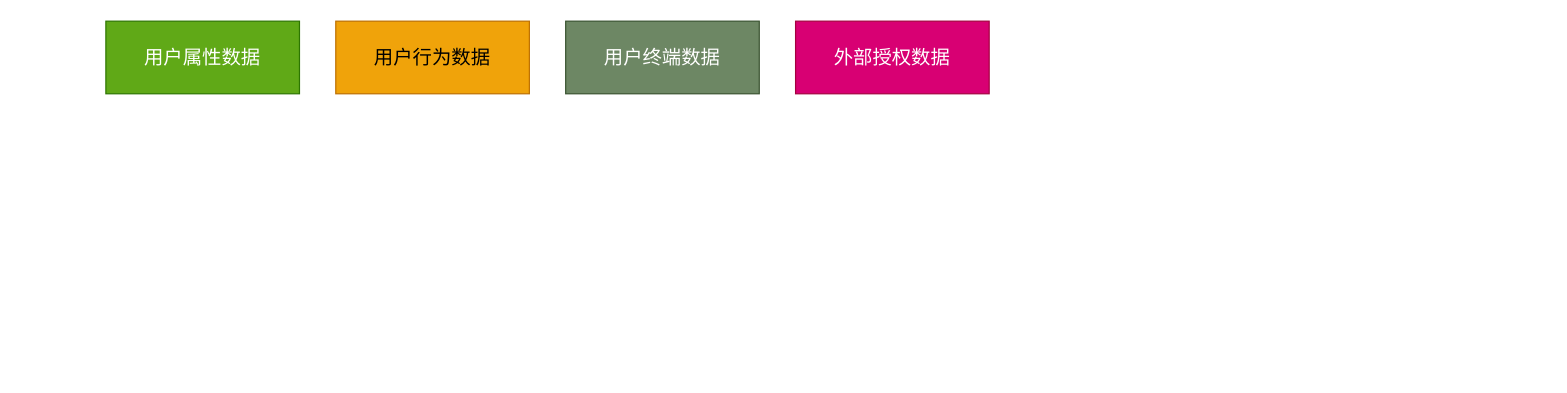
The draw.io diagram arch.drawio in ming3000/midea, before the edit. Source tidied: cells renumbered, new cells numbered last; positions are measured from the earlier drawing's top-left corner, leaving out a move shared by most shapes. Both pictures are drawn from the tidied source at 121%, with x=0, y=0 at pixel (105, 21).
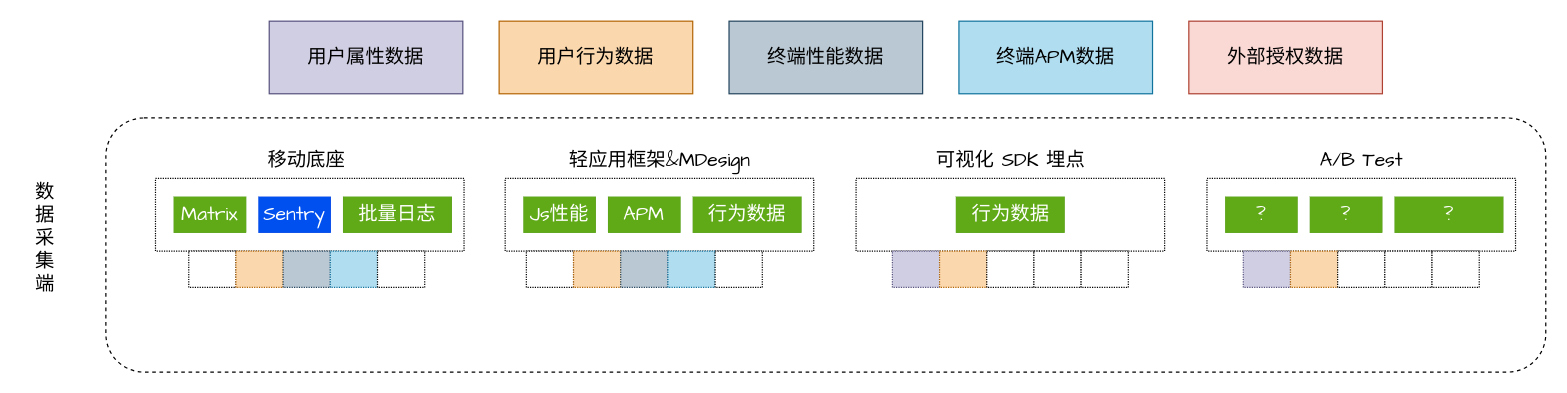
After the change.

Diff of the diagram source:
```diff
@@
-    <mxCell id="2" value="用户属性数据" style="rounded=0;whiteSpace=wrap;html=1;fillColor=#60a917;fontColor=#ffffff;strokeColor=#2D7600;fontSize=16;" parent="1" vertex="1">
-      <mxGeometry width="160" height="60" as="geometry" />
+    <mxCell id="2" value="用户属性数据" style="rounded=0;whiteSpace=wrap;html=1;fillColor=#d0cee2;strokeColor=#56517e;fontSize=16;fontFamily=Comic Sans MS;" parent="1" vertex="1">
+      <mxGeometry x="135" width="160" height="60" as="geometry" />
     </mxCell>
-    <mxCell id="3" value="用户行为数据" style="rounded=0;whiteSpace=wrap;html=1;fillColor=#f0a30a;fontColor=#000000;strokeColor=#BD7000;fontSize=16;" parent="1" vertex="1">
-      <mxGeometry x="190" width="160" height="60" as="geometry" />
+    <mxCell id="3" value="用户行为数据" style="rounded=0;whiteSpace=wrap;html=1;fillColor=#fad7ac;strokeColor=#b46504;fontSize=16;fontFamily=Comic Sans MS;" parent="1" vertex="1">
+      <mxGeometry x="325" width="160" height="60" as="geometry" />
     </mxCell>
-    <mxCell id="4" value="用户终端数据" style="rounded=0;whiteSpace=wrap;html=1;fillColor=#6d8764;fontColor=#ffffff;strokeColor=#3A5431;fontSize=16;" parent="1" vertex="1">
-      <mxGeometry x="380" width="160" height="60" as="geometry" />
+    <mxCell id="4" value="终端APM数据" style="rounded=0;whiteSpace=wrap;html=1;fillColor=#b1ddf0;strokeColor=#10739e;fontSize=16;fontFamily=Comic Sans MS;" parent="1" vertex="1">
+      <mxGeometry x="705" width="160" height="60" as="geometry" />
     </mxCell>
-    <mxCell id="5" value="外部授权数据" style="rounded=0;whiteSpace=wrap;html=1;fillColor=#d80073;fontColor=#ffffff;strokeColor=#A50040;fontSize=16;" parent="1" vertex="1">
-      <mxGeometry x="570" width="160" height="60" as="geometry" />
+    <mxCell id="5" value="外部授权数据" style="rounded=0;whiteSpace=wrap;html=1;fillColor=#fad9d5;strokeColor=#ae4132;fontSize=16;fontFamily=Comic Sans MS;" parent="1" vertex="1">
+      <mxGeometry x="895" width="160" height="60" as="geometry" />
     </mxCell>
+    <mxCell id="6" style="rounded=1;whiteSpace=wrap;html=1;fontSize=16;dashed=1;fontFamily=Comic Sans MS;" parent="1" vertex="1">
+      <mxGeometry y="80" width="1190" height="210" as="geometry" />
+    </mxCell>
+    <mxCell id="7" value="数&lt;br&gt;据&lt;br&gt;采&lt;br&gt;集&lt;br&gt;端" style="rounded=0;whiteSpace=wrap;html=1;fontSize=16;strokeWidth=0;strokeColor=none;fontFamily=Comic Sans MS;" parent="1" vertex="1">
+      <mxGeometry x="-70" y="115" width="40" height="130" as="geometry" />
+    </mxCell>
+    <mxCell id="8" value="移动底座" style="rounded=0;whiteSpace=wrap;html=1;dashed=1;fontSize=16;strokeWidth=0;fontFamily=Comic Sans MS;strokeColor=none;" parent="1" vertex="1">
+      <mxGeometry x="116" y="100" width="100" height="30" as="geometry" />
+    </mxCell>
+    <mxCell id="9" style="rounded=0;whiteSpace=wrap;html=1;dashed=1;fontSize=16;strokeWidth=1;fontFamily=Comic Sans MS;dashPattern=1 1;" parent="1" vertex="1">
+      <mxGeometry x="41" y="130" width="255" height="60" as="geometry" />
+    </mxCell>
+    <mxCell id="10" value="Matrix" style="rounded=0;whiteSpace=wrap;html=1;dashed=1;fontSize=16;strokeWidth=0;fontFamily=Comic Sans MS;fillColor=#60a917;fontColor=#ffffff;strokeColor=#2D7600;" parent="1" vertex="1">
+      <mxGeometry x="56" y="145" width="60" height="30" as="geometry" />
+    </mxCell>
+    <mxCell id="11" value="Sentry" style="rounded=0;whiteSpace=wrap;html=1;dashed=1;fontSize=16;strokeWidth=0;fontFamily=Comic Sans MS;fillColor=#0050ef;fontColor=#ffffff;strokeColor=#001DBC;" parent="1" vertex="1">
+      <mxGeometry x="126" y="145" width="60" height="30" as="geometry" />
+    </mxCell>
+    <mxCell id="12" value="批量日志" style="rounded=0;whiteSpace=wrap;html=1;dashed=1;fontSize=16;strokeWidth=0;fontFamily=Comic Sans MS;fillColor=#60a917;fontColor=#ffffff;strokeColor=#2D7600;" parent="1" vertex="1">
+      <mxGeometry x="196" y="145" width="90" height="30" as="geometry" />
+    </mxCell>
+    <mxCell id="13" value="轻应用框架&amp;amp;MDesign" style="rounded=0;whiteSpace=wrap;html=1;dashed=1;fontSize=16;strokeWidth=0;fontFamily=Comic Sans MS;strokeColor=none;" parent="1" vertex="1">
+      <mxGeometry x="362.5" y="100" width="190" height="30" as="geometry" />
+    </mxCell>
+    <mxCell id="14" style="rounded=0;whiteSpace=wrap;html=1;dashed=1;fontSize=16;strokeWidth=1;fontFamily=Comic Sans MS;dashPattern=1 1;" parent="1" vertex="1">
+      <mxGeometry x="330" y="130" width="255" height="60" as="geometry" />
+    </mxCell>
+    <mxCell id="15" value="Js性能" style="rounded=0;whiteSpace=wrap;html=1;dashed=1;fontSize=16;strokeWidth=0;fontFamily=Comic Sans MS;fillColor=#60a917;fontColor=#ffffff;strokeColor=#2D7600;" parent="1" vertex="1">
+      <mxGeometry x="345" y="145" width="60" height="30" as="geometry" />
+    </mxCell>
+    <mxCell id="16" value="APM" style="rounded=0;whiteSpace=wrap;html=1;dashed=1;fontSize=16;strokeWidth=0;fontFamily=Comic Sans MS;fillColor=#60a917;fontColor=#ffffff;strokeColor=#2D7600;" parent="1" vertex="1">
+      <mxGeometry x="415" y="145" width="60" height="30" as="geometry" />
+    </mxCell>
+    <mxCell id="17" value="行为数据" style="rounded=0;whiteSpace=wrap;html=1;dashed=1;fontSize=16;strokeWidth=0;fontFamily=Comic Sans MS;fillColor=#60a917;fontColor=#ffffff;strokeColor=#2D7600;" parent="1" vertex="1">
+      <mxGeometry x="485" y="145" width="90" height="30" as="geometry" />
+    </mxCell>
+    <mxCell id="18" value="可视化 SDK 埋点" style="rounded=0;whiteSpace=wrap;html=1;dashed=1;fontSize=16;strokeWidth=0;fontFamily=Comic Sans MS;strokeColor=none;" parent="1" vertex="1">
+      <mxGeometry x="652.5" y="100" width="190" height="30" as="geometry" />
+    </mxCell>
+    <mxCell id="19" style="rounded=0;whiteSpace=wrap;html=1;dashed=1;fontSize=16;strokeWidth=1;fontFamily=Comic Sans MS;dashPattern=1 1;" parent="1" vertex="1">
+      <mxGeometry x="620" y="130" width="255" height="60" as="geometry" />
+    </mxCell>
+    <mxCell id="20" value="行为数据" style="rounded=0;whiteSpace=wrap;html=1;dashed=1;fontSize=16;strokeWidth=0;fontFamily=Comic Sans MS;fillColor=#60a917;fontColor=#ffffff;strokeColor=#2D7600;" parent="1" vertex="1">
+      <mxGeometry x="702.5" y="145" width="90" height="30" as="geometry" />
+    </mxCell>
+    <mxCell id="21" value="A/B Test" style="rounded=0;whiteSpace=wrap;html=1;dashed=1;fontSize=16;strokeWidth=0;fontFamily=Comic Sans MS;strokeColor=none;" parent="1" vertex="1">
+      <mxGeometry x="942.5" y="100" width="190" height="30" as="geometry" />
+    </mxCell>
+    <mxCell id="22" style="rounded=0;whiteSpace=wrap;html=1;dashed=1;fontSize=16;strokeWidth=1;fontFamily=Comic Sans MS;dashPattern=1 1;" parent="1" vertex="1">
+      <mxGeometry x="910" y="130" width="255" height="60" as="geometry" />
+    </mxCell>
+    <mxCell id="23" value="?" style="rounded=0;whiteSpace=wrap;html=1;dashed=1;fontSize=16;strokeWidth=0;fontFamily=Comic Sans MS;fillColor=#60a917;fontColor=#ffffff;strokeColor=#2D7600;" parent="1" vertex="1">
+      <mxGeometry x="925" y="145" width="60" height="30" as="geometry" />
+    </mxCell>
+    <mxCell id="24" value="?" style="rounded=0;whiteSpace=wrap;html=1;dashed=1;fontSize=16;strokeWidth=0;fontFamily=Comic Sans MS;fillColor=#60a917;fontColor=#ffffff;strokeColor=#2D7600;" parent="1" vertex="1">
+      <mxGeometry x="995" y="145" width="60" height="30" as="geometry" />
+    </mxCell>
+    <mxCell id="25" value="?" style="rounded=0;whiteSpace=wrap;html=1;dashed=1;fontSize=16;strokeWidth=0;fontFamily=Comic Sans MS;fillColor=#60a917;fontColor=#ffffff;strokeColor=#2D7600;" parent="1" vertex="1">
+      <mxGeometry x="1065" y="145" width="90" height="30" as="geometry" />
+    </mxCell>
+    <mxCell id="26" style="rounded=0;whiteSpace=wrap;html=1;dashed=1;dashPattern=1 1;fontFamily=Comic Sans MS;fontSize=16;strokeWidth=1;" parent="1" vertex="1">
+      <mxGeometry x="68.5" y="190" width="39" height="30" as="geometry" />
+    </mxCell>
+    <mxCell id="27" style="rounded=0;whiteSpace=wrap;html=1;dashed=1;dashPattern=1 1;fontFamily=Comic Sans MS;fontSize=16;strokeWidth=1;fillColor=#fad7ac;strokeColor=#b46504;" parent="1" vertex="1">
+      <mxGeometry x="107.5" y="190" width="39" height="30" as="geometry" />
+    </mxCell>
+    <mxCell id="28" style="rounded=0;whiteSpace=wrap;html=1;dashed=1;dashPattern=1 1;fontFamily=Comic Sans MS;fontSize=16;strokeWidth=1;fillColor=#bac8d3;strokeColor=#23445d;" parent="1" vertex="1">
+      <mxGeometry x="146.5" y="190" width="39" height="30" as="geometry" />
+    </mxCell>
+    <mxCell id="29" style="rounded=0;whiteSpace=wrap;html=1;dashed=1;dashPattern=1 1;fontFamily=Comic Sans MS;fontSize=16;strokeWidth=1;fillColor=#b1ddf0;strokeColor=#10739e;" parent="1" vertex="1">
+      <mxGeometry x="185.5" y="190" width="39" height="30" as="geometry" />
+    </mxCell>
+    <mxCell id="30" style="rounded=0;whiteSpace=wrap;html=1;dashed=1;dashPattern=1 1;fontFamily=Comic Sans MS;fontSize=16;strokeWidth=1;" parent="1" vertex="1">
+      <mxGeometry x="224.5" y="190" width="39" height="30" as="geometry" />
+    </mxCell>
+    <mxCell id="31" value="终端性能数据" style="rounded=0;whiteSpace=wrap;html=1;fillColor=#bac8d3;fontSize=16;fontFamily=Comic Sans MS;strokeColor=#23445d;" parent="1" vertex="1">
+      <mxGeometry x="515" width="160" height="60" as="geometry" />
+    </mxCell>
+    <mxCell id="32" style="rounded=0;whiteSpace=wrap;html=1;dashed=1;dashPattern=1 1;fontFamily=Comic Sans MS;fontSize=16;strokeWidth=1;" parent="1" vertex="1">
+      <mxGeometry x="347.5" y="190" width="39" height="30" as="geometry" />
+    </mxCell>
+    <mxCell id="33" style="rounded=0;whiteSpace=wrap;html=1;dashed=1;dashPattern=1 1;fontFamily=Comic Sans MS;fontSize=16;strokeWidth=1;fillColor=#fad7ac;strokeColor=#b46504;" parent="1" vertex="1">
+      <mxGeometry x="386.5" y="190" width="39" height="30" as="geometry" />
+    </mxCell>
+    <mxCell id="34" style="rounded=0;whiteSpace=wrap;html=1;dashed=1;dashPattern=1 1;fontFamily=Comic Sans MS;fontSize=16;strokeWidth=1;fillColor=#bac8d3;strokeColor=#23445d;" parent="1" vertex="1">
+      <mxGeometry x="425.5" y="190" width="39" height="30" as="geometry" />
+    </mxCell>
+    <mxCell id="35" style="rounded=0;whiteSpace=wrap;html=1;dashed=1;dashPattern=1 1;fontFamily=Comic Sans MS;fontSize=16;strokeWidth=1;fillColor=#b1ddf0;strokeColor=#10739e;" parent="1" vertex="1">
+      <mxGeometry x="464.5" y="190" width="39" height="30" as="geometry" />
+    </mxCell>
+    <mxCell id="36" style="rounded=0;whiteSpace=wrap;html=1;dashed=1;dashPattern=1 1;fontFamily=Comic Sans MS;fontSize=16;strokeWidth=1;" parent="1" vertex="1">
+      <mxGeometry x="503.5" y="190" width="39" height="30" as="geometry" />
+    </mxCell>
+    <mxCell id="37" style="rounded=0;whiteSpace=wrap;html=1;dashed=1;dashPattern=1 1;fontFamily=Comic Sans MS;fontSize=16;strokeWidth=1;fillColor=#d0cee2;strokeColor=#56517e;" parent="1" vertex="1">
+      <mxGeometry x="650" y="190" width="39" height="30" as="geometry" />
+    </mxCell>
+    <mxCell id="38" style="rounded=0;whiteSpace=wrap;html=1;dashed=1;dashPattern=1 1;fontFamily=Comic Sans MS;fontSize=16;strokeWidth=1;fillColor=#fad7ac;strokeColor=#b46504;" parent="1" vertex="1">
+      <mxGeometry x="689" y="190" width="39" height="30" as="geometry" />
+    </mxCell>
+    <mxCell id="39" style="rounded=0;whiteSpace=wrap;html=1;dashed=1;dashPattern=1 1;fontFamily=Comic Sans MS;fontSize=16;strokeWidth=1;" parent="1" vertex="1">
+      <mxGeometry x="728" y="190" width="39" height="30" as="geometry" />
+    </mxCell>
+    <mxCell id="40" style="rounded=0;whiteSpace=wrap;html=1;dashed=1;dashPattern=1 1;fontFamily=Comic Sans MS;fontSize=16;strokeWidth=1;" parent="1" vertex="1">
+      <mxGeometry x="767" y="190" width="39" height="30" as="geometry" />
+    </mxCell>
+    <mxCell id="41" style="rounded=0;whiteSpace=wrap;html=1;dashed=1;dashPattern=1 1;fontFamily=Comic Sans MS;fontSize=16;strokeWidth=1;" parent="1" vertex="1">
+      <mxGeometry x="806" y="190" width="39" height="30" as="geometry" />
+    </mxCell>
+    <mxCell id="42" style="rounded=0;whiteSpace=wrap;html=1;dashed=1;dashPattern=1 1;fontFamily=Comic Sans MS;fontSize=16;strokeWidth=1;fillColor=#d0cee2;strokeColor=#56517e;" parent="1" vertex="1">
+      <mxGeometry x="940" y="190" width="39" height="30" as="geometry" />
+    </mxCell>
+    <mxCell id="43" style="rounded=0;whiteSpace=wrap;html=1;dashed=1;dashPattern=1 1;fontFamily=Comic Sans MS;fontSize=16;strokeWidth=1;fillColor=#fad7ac;strokeColor=#b46504;" parent="1" vertex="1">
+      <mxGeometry x="979" y="190" width="39" height="30" as="geometry" />
+    </mxCell>
+    <mxCell id="44" style="rounded=0;whiteSpace=wrap;html=1;dashed=1;dashPattern=1 1;fontFamily=Comic Sans MS;fontSize=16;strokeWidth=1;" parent="1" vertex="1">
+      <mxGeometry x="1018" y="190" width="39" height="30" as="geometry" />
+    </mxCell>
+    <mxCell id="45" style="rounded=0;whiteSpace=wrap;html=1;dashed=1;dashPattern=1 1;fontFamily=Comic Sans MS;fontSize=16;strokeWidth=1;" parent="1" vertex="1">
+      <mxGeometry x="1057" y="190" width="39" height="30" as="geometry" />
+    </mxCell>
+    <mxCell id="46" style="rounded=0;whiteSpace=wrap;html=1;dashed=1;dashPattern=1 1;fontFamily=Comic Sans MS;fontSize=16;strokeWidth=1;" parent="1" vertex="1">
+      <mxGeometry x="1096" y="190" width="39" height="30" as="geometry" />
+    </mxCell>
```
